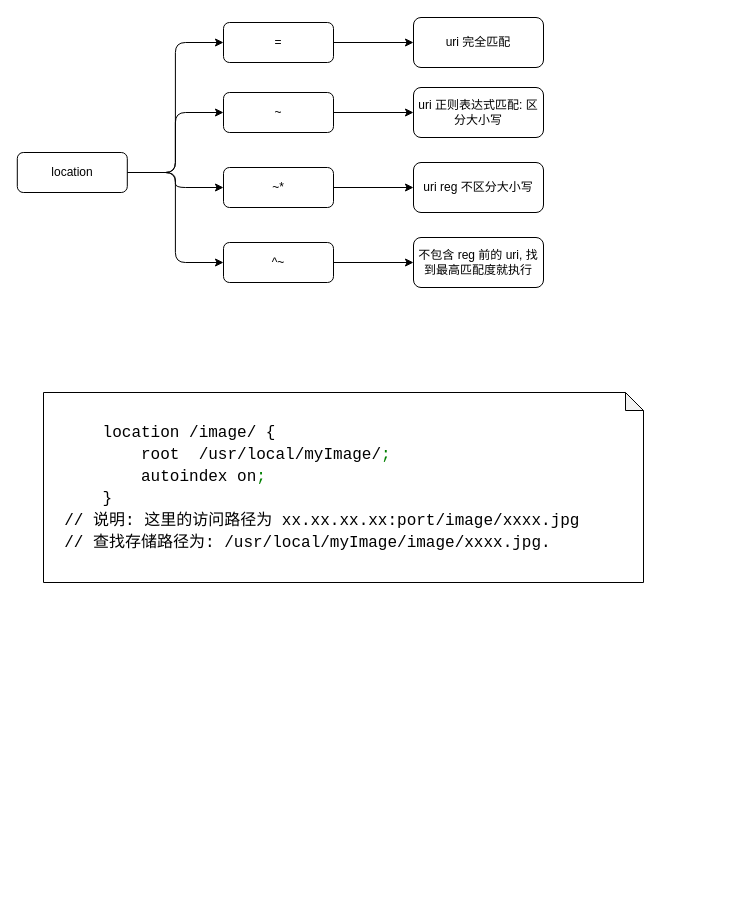
Earlier version of the draw.io diagram digrams/nginx/http/server/01.location.dio (Alice52/diagrams). Source tidied: cells renumbered, new cells numbered last; positions are measured from the earlier drawing's top-left corner, leaving out a move shared by most shapes. Both pictures are drawn from the tidied source at 100%, with x=0, y=0 at pixel (17, 17).
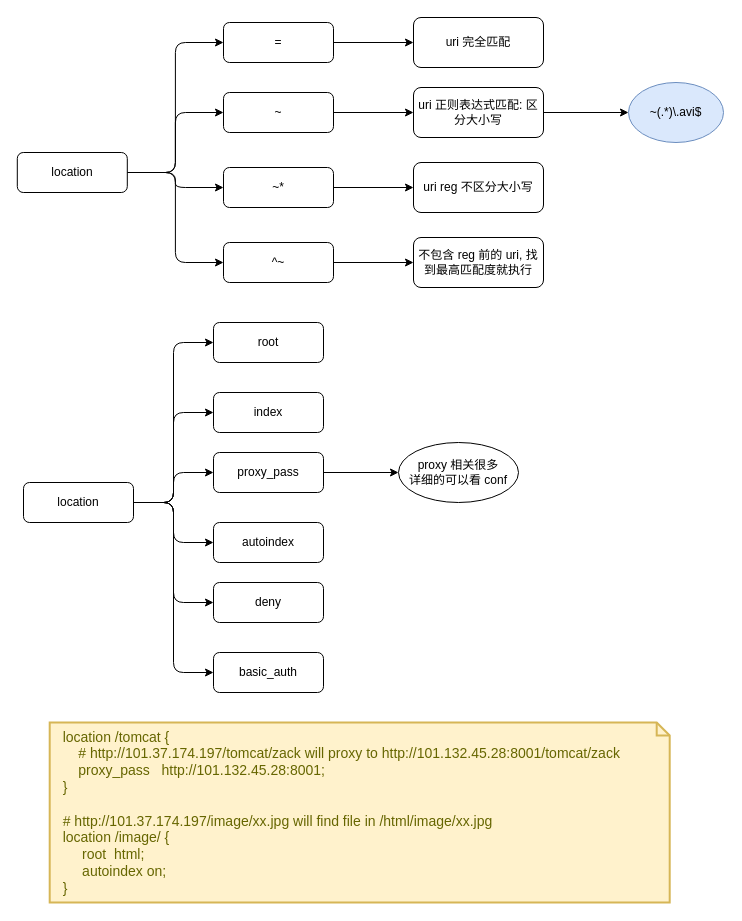
Above is the later version.

Commit message (it also covers changes not shown here):
nginx: add proxy and upstream dio

Unchanged cells that the change refers to:
```xml
<mxCell id="16" value="uri 正则表达式匹配: 区分大小写" style="rounded=1;whiteSpace=wrap;html=1;" parent="1" vertex="1">
  <mxGeometry x="396" y="70" width="130" height="50" as="geometry" />
</mxCell>
```

Diff of the diagram source:
```diff
@@
+    <mxCell id="20" style="edgeStyle=orthogonalEdgeStyle;rounded=0;jettySize=auto;html=1;" parent="1" edge="1" source="16" target="21">
+      <mxGeometry relative="1" as="geometry" />
+    </mxCell>
@@
-    <mxCell id="19" value="&lt;div style=&quot;background-color: rgb(255 , 255 , 255) ; font-family: &amp;#34;fira code&amp;#34; , &amp;#34;consolas&amp;#34; , &amp;#34;courier new&amp;#34; , monospace , &amp;#34;consolas&amp;#34; , &amp;#34;courier new&amp;#34; , monospace ; font-size: 16px ; line-height: 22px&quot;&gt;&lt;div&gt;&amp;nbsp; &amp;nbsp; &amp;nbsp; location /image/ {&lt;/div&gt;&lt;div&gt;&amp;nbsp; &amp;nbsp; &amp;nbsp; &amp;nbsp; &amp;nbsp; root &amp;nbsp;/usr/local/myImage/&lt;span style=&quot;color: #008000&quot;&gt;;&lt;/span&gt;&lt;/div&gt;&lt;div&gt;&amp;nbsp; &amp;nbsp; &amp;nbsp; &amp;nbsp; &amp;nbsp; autoindex on&lt;span style=&quot;color: #008000&quot;&gt;;&lt;/span&gt;&lt;/div&gt;&lt;div&gt;&amp;nbsp; &amp;nbsp; &amp;nbsp; }&lt;/div&gt;&lt;div&gt;&lt;div style=&quot;font-family: &amp;#34;fira code&amp;#34; , &amp;#34;consolas&amp;#34; , &amp;#34;courier new&amp;#34; , monospace , &amp;#34;consolas&amp;#34; , &amp;#34;courier new&amp;#34; , monospace ; line-height: 22px&quot;&gt;&lt;div&gt;&amp;nbsp; // 说明: 这里的访问路径为 xx.xx.xx.xx:port/image/xxxx.jpg&lt;/div&gt;&lt;div&gt;&amp;nbsp; // 查找存储路径为: /usr/local/myImage/image/xxxx.jpg.&lt;/div&gt;&lt;/div&gt;&lt;/div&gt;&lt;/div&gt;" style="shape=note;whiteSpace=wrap;html=1;backgroundOutline=1;darkOpacity=0.05;size=18;align=left;" parent="1" vertex="1">
-      <mxGeometry x="26" y="375" width="600" height="190" as="geometry" />
-    </mxCell>
+    <mxCell id="21" value="~(.*)\.avi$" style="ellipse;whiteSpace=wrap;html=1;rounded=1;fillColor=#dae8fc;strokeColor=#6c8ebf;" parent="1" vertex="1">
+      <mxGeometry x="611" y="65" width="95" height="60" as="geometry" />
+    </mxCell>
+    <mxCell id="22" style="edgeStyle=orthogonalEdgeStyle;rounded=1;jettySize=auto;html=1;entryX=0;entryY=0.5;entryDx=0;entryDy=0;" parent="1" edge="1" source="28" target="29">
+      <mxGeometry relative="1" as="geometry" />
+    </mxCell>
+    <mxCell id="23" style="edgeStyle=orthogonalEdgeStyle;rounded=1;jettySize=auto;html=1;entryX=0;entryY=0.5;entryDx=0;entryDy=0;" parent="1" edge="1" source="28" target="30">
+      <mxGeometry relative="1" as="geometry" />
+    </mxCell>
+    <mxCell id="24" style="edgeStyle=orthogonalEdgeStyle;rounded=1;jettySize=auto;html=1;entryX=0;entryY=0.5;entryDx=0;entryDy=0;" parent="1" edge="1" source="28" target="32">
+      <mxGeometry relative="1" as="geometry" />
+    </mxCell>
+    <mxCell id="25" style="edgeStyle=orthogonalEdgeStyle;rounded=1;jettySize=auto;html=1;entryX=0;entryY=0.5;entryDx=0;entryDy=0;" parent="1" edge="1" source="28" target="33">
+      <mxGeometry relative="1" as="geometry" />
+    </mxCell>
+    <mxCell id="26" style="edgeStyle=orthogonalEdgeStyle;rounded=1;jettySize=auto;html=1;entryX=0;entryY=0.5;entryDx=0;entryDy=0;" parent="1" edge="1" source="28" target="34">
+      <mxGeometry relative="1" as="geometry" />
+    </mxCell>
+    <mxCell id="27" style="edgeStyle=orthogonalEdgeStyle;rounded=1;jettySize=auto;html=1;entryX=0;entryY=0.5;entryDx=0;entryDy=0;" parent="1" edge="1" source="28" target="35">
+      <mxGeometry relative="1" as="geometry" />
+    </mxCell>
+    <mxCell id="28" value="location" style="rounded=1;whiteSpace=wrap;html=1;" parent="1" vertex="1">
+      <mxGeometry x="6" y="465" width="110" height="40" as="geometry" />
+    </mxCell>
+    <mxCell id="29" value="root" style="rounded=1;whiteSpace=wrap;html=1;" parent="1" vertex="1">
+      <mxGeometry x="196" y="305" width="110" height="40" as="geometry" />
+    </mxCell>
+    <mxCell id="30" value="index" style="rounded=1;whiteSpace=wrap;html=1;" parent="1" vertex="1">
+      <mxGeometry x="196" y="375" width="110" height="40" as="geometry" />
+    </mxCell>
+    <mxCell id="31" style="edgeStyle=orthogonalEdgeStyle;rounded=1;jettySize=auto;html=1;" parent="1" edge="1" source="32" target="36">
+      <mxGeometry relative="1" as="geometry" />
+    </mxCell>
+    <mxCell id="32" value="proxy_pass" style="rounded=1;whiteSpace=wrap;html=1;" parent="1" vertex="1">
+      <mxGeometry x="196" y="435" width="110" height="40" as="geometry" />
+    </mxCell>
+    <mxCell id="33" value="autoindex" style="rounded=1;whiteSpace=wrap;html=1;" parent="1" vertex="1">
+      <mxGeometry x="196" y="505" width="110" height="40" as="geometry" />
+    </mxCell>
+    <mxCell id="34" value="deny" style="rounded=1;whiteSpace=wrap;html=1;" parent="1" vertex="1">
+      <mxGeometry x="196" y="565" width="110" height="40" as="geometry" />
+    </mxCell>
+    <mxCell id="35" value="basic_auth" style="rounded=1;whiteSpace=wrap;html=1;" parent="1" vertex="1">
+      <mxGeometry x="196" y="635" width="110" height="40" as="geometry" />
+    </mxCell>
+    <mxCell id="36" value="proxy 相关很多&lt;br&gt;详细的可以看 conf" style="ellipse;whiteSpace=wrap;html=1;rounded=1;" parent="1" vertex="1">
+      <mxGeometry x="381" y="425" width="120" height="60" as="geometry" />
+    </mxCell>
+    <mxCell id="37" value="&lt;div&gt;&lt;span&gt;&amp;nbsp;&lt;/span&gt;&lt;span&gt;&amp;nbsp; location /tomcat {&lt;/span&gt;&lt;/div&gt;&amp;nbsp; &amp;nbsp; &amp;nbsp; &amp;nbsp;# http://101.37.174.197/tomcat/zack will proxy to http://101.132.45.28:8001/tomcat/zack&amp;nbsp;&lt;br&gt;&lt;span&gt;&amp;nbsp; &amp;nbsp; &amp;nbsp; &amp;nbsp;proxy_pass&amp;nbsp; &amp;nbsp;http://101.132.45.28:8001;&lt;/span&gt;&lt;br&gt;&lt;div&gt;&amp;nbsp; &amp;nbsp;}&lt;/div&gt;&lt;div&gt;&amp;nbsp; &amp;nbsp;&amp;nbsp;&lt;/div&gt;&lt;div&gt;&amp;nbsp; &amp;nbsp;# http://101.37.174.197/image/xx.jpg will find file in /html/image/xx.jpg&lt;br&gt;&lt;/div&gt;&lt;div&gt;&amp;nbsp; &amp;nbsp;location /image/ {&lt;/div&gt;&lt;div&gt;&amp;nbsp; &amp;nbsp; &amp;nbsp; &amp;nbsp; root&amp;nbsp; html;&lt;/div&gt;&lt;div&gt;&amp;nbsp; &amp;nbsp; &amp;nbsp; &amp;nbsp; autoindex on;&lt;/div&gt;&lt;div&gt;&amp;nbsp; &amp;nbsp;}&lt;/div&gt;" style="shape=note;strokeWidth=2;fontSize=14;size=13;whiteSpace=wrap;html=1;fillColor=#fff2cc;strokeColor=#d6b656;fontColor=#666600;align=left;" parent="1" vertex="1">
+      <mxGeometry x="32.2" y="705" width="620" height="180" as="geometry" />
+    </mxCell>
```
